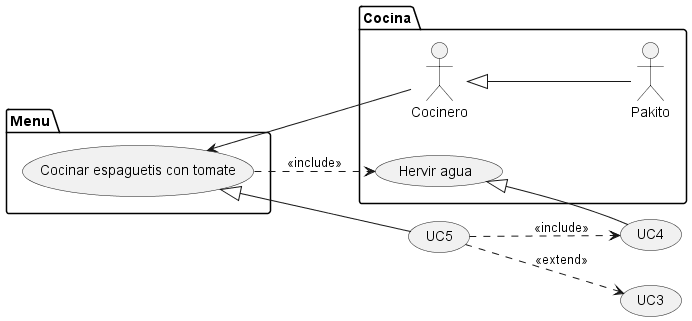
This is cmake-build-debug/TFG/Diagrams/UseCaseDiagram.png from craboftw/TFG, a PlantUML export, as it was before one commit.
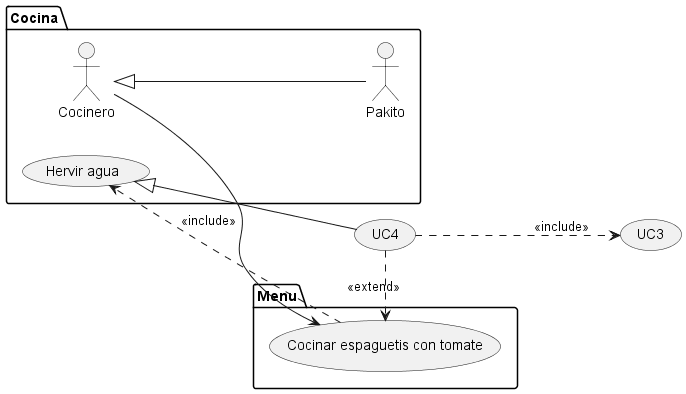
Above is the later version.

The edit, as a diff of the source:
```diff
@@ -1,5 +1,7 @@
 @startuml
 left to right direction
+usecase "UC3" as UC3
+usecase "UC4" as UC4
 package "Cocina" {
 usecase "Hervir agua" as UC1
 actor "Pakito" as AC0
@@ -8,14 +10,10 @@
 package "Menu" {
 usecase "Cocinar espaguetis con tomate" as UC2
 }
-usecase "UC3" as UC3
-usecase "UC4" as UC4
-usecase "UC5" as UC5
 AC1 --> UC2
 UC2 ..> UC1 : <<include>>
+UC4 ..> UC3 : <<include>>
+UC4 ..> UC2 : <<extend>>
 UC1 <|-- UC4
-UC5 ..> UC4 : <<include>>
-UC5 ..> UC3 : <<extend>>
-UC2 <|-- UC5
 AC1 <|-- AC0
 @enduml
```
